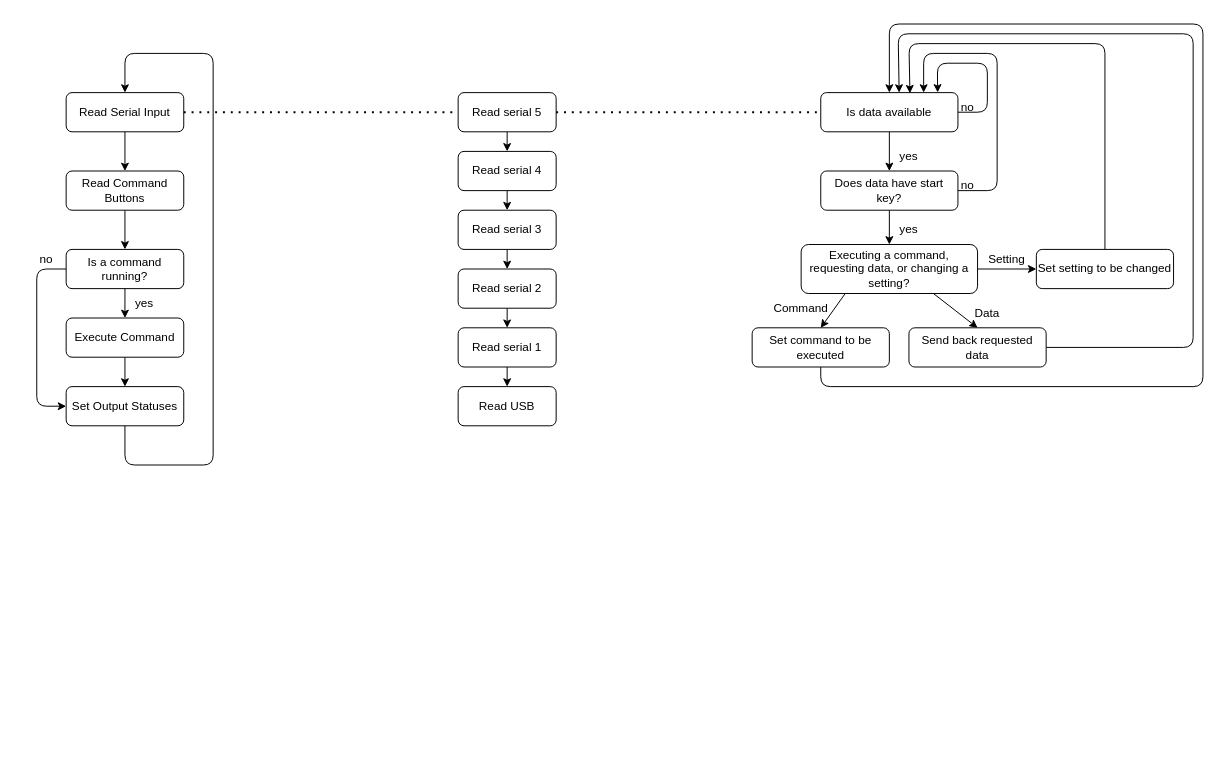
This is prototyping-documentation/software-block-diagram.drawio from pdnelson/Automatic-Turntable-STM-01, a draw.io file, before an edit. Source tidied: cells renumbered, new cells numbered last; positions are measured from the earlier drawing's top-left corner, leaving out a move shared by most shapes. Both pictures are drawn from the tidied source at 98%, with x=0, y=0 at pixel (17, 24).
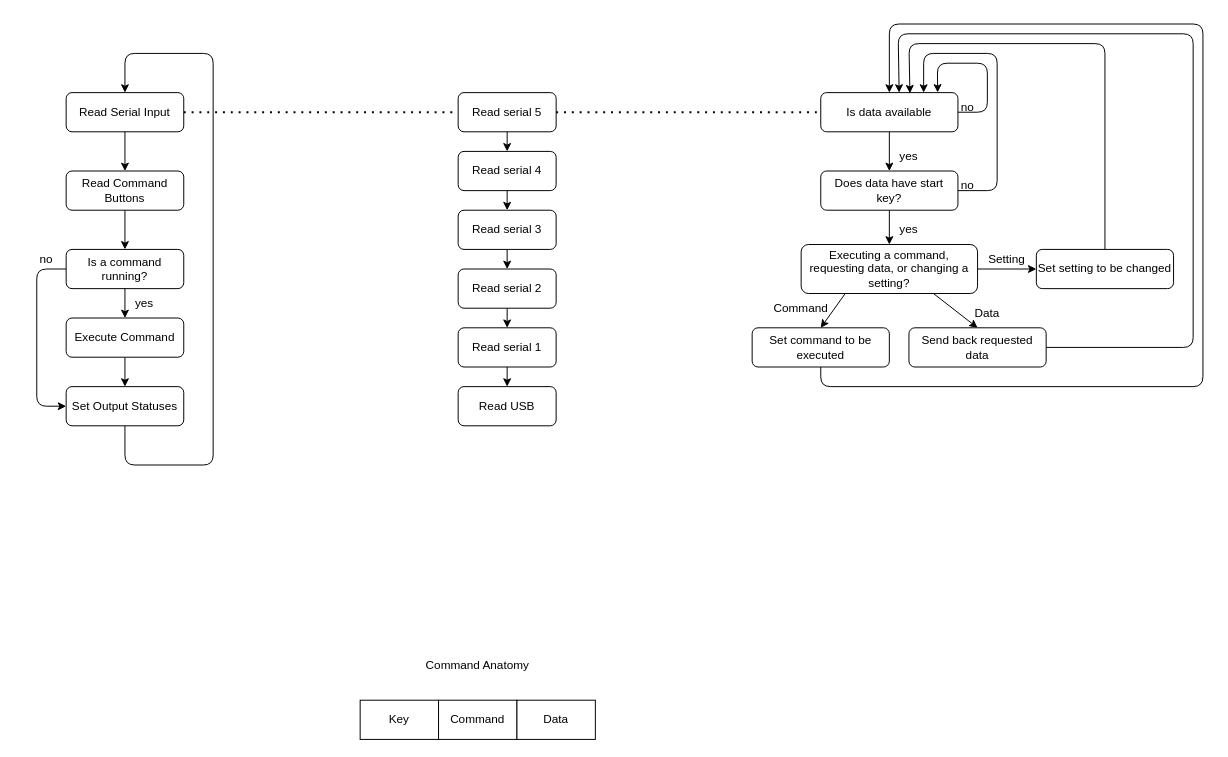
The same diagram, later.

Diff of the diagram source:
```diff
@@
+    <mxCell id="51" value="Command Anatomy" style="text;html=1;align=center;verticalAlign=middle;whiteSpace=wrap;rounded=0;" parent="1" vertex="1">
+      <mxGeometry x="410" y="640" width="120" height="30" as="geometry" />
+    </mxCell>
+    <mxCell id="52" value="Key" style="rounded=0;whiteSpace=wrap;html=1;" parent="1" vertex="1">
+      <mxGeometry x="350" y="690" width="80" height="40" as="geometry" />
+    </mxCell>
+    <mxCell id="53" value="Command" style="rounded=0;whiteSpace=wrap;html=1;" parent="1" vertex="1">
+      <mxGeometry x="430" y="690" width="80" height="40" as="geometry" />
+    </mxCell>
+    <mxCell id="54" value="Data" style="rounded=0;whiteSpace=wrap;html=1;" parent="1" vertex="1">
+      <mxGeometry x="510" y="690" width="80" height="40" as="geometry" />
+    </mxCell>
```
